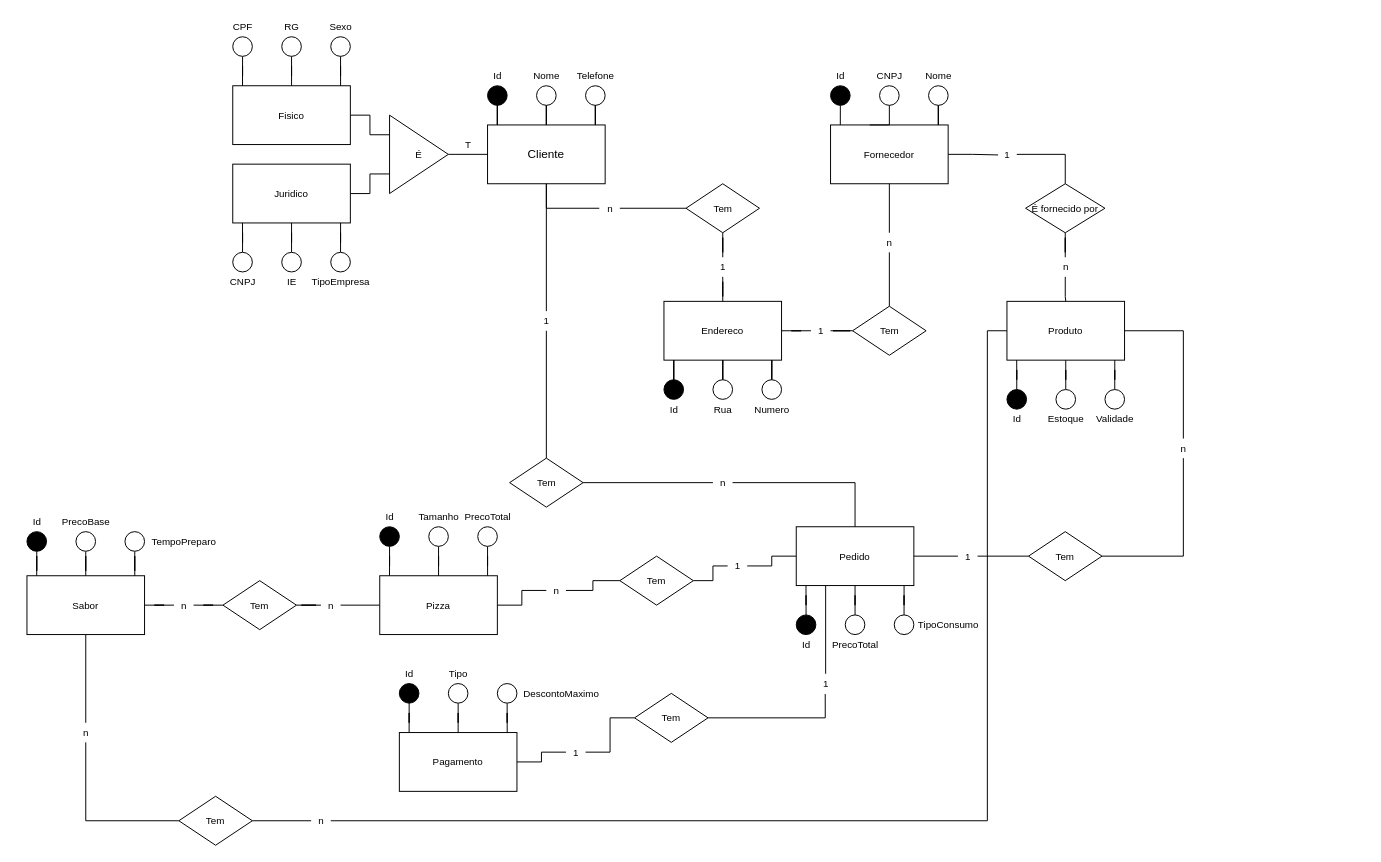
This is BancoDeDadosCertos.drawio from FlavioBernaski/BancoDeDados, a draw.io file, before an edit. Source tidied: cells renumbered, new cells numbered last; positions are measured from the earlier drawing's top-left corner, leaving out a move shared by most shapes. Both pictures are drawn from the tidied source at 98%, with x=0, y=0 at pixel (26, 17).
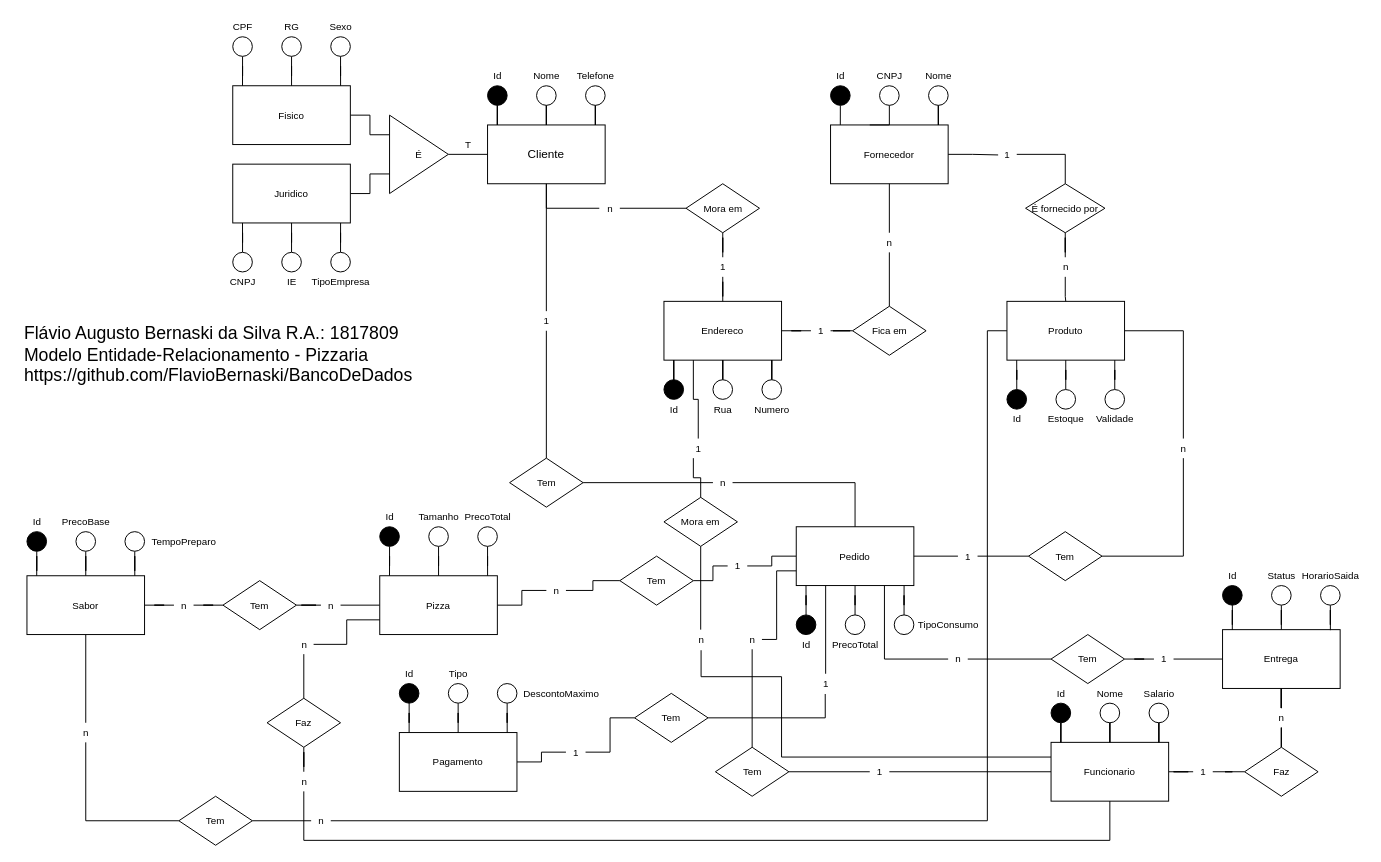
The same page after the edit.

Unchanged cells that the change refers to:
```xml
<mxCell id="16" value="Endereco" style="rounded=0;whiteSpace=wrap;html=1;shadow=0;sketch=0;fontSize=10;" parent="1" vertex="1">
  <mxGeometry x="650" y="290" width="120" height="60" as="geometry" />
</mxCell>
<mxCell id="92" value="Pedido" style="whiteSpace=wrap;html=1;rounded=0;shadow=0;sketch=0;fontSize=10;fillColor=#FFFFFF;" parent="1" vertex="1">
  <mxGeometry x="785" y="520" width="120" height="60" as="geometry" />
</mxCell>
<mxCell id="116" value="Pizza" style="whiteSpace=wrap;html=1;rounded=0;shadow=0;sketch=0;fontSize=10;fillColor=#FFFFFF;" parent="1" vertex="1">
  <mxGeometry x="360" y="570" width="120" height="60" as="geometry" />
</mxCell>
```

What changed in the source:
```diff
@@
-    <mxCell id="26" value="Tem" style="rhombus;whiteSpace=wrap;html=1;rounded=0;shadow=0;sketch=0;fontSize=10;" parent="1" vertex="1">
+    <mxCell id="26" value="Mora em" style="rhombus;whiteSpace=wrap;html=1;rounded=0;shadow=0;sketch=0;fontSize=10;" parent="1" vertex="1">
       <mxGeometry x="672.5" y="170" width="75" height="50" as="geometry" />
     </mxCell>
@@
-    <mxCell id="68" value="Tem" style="rhombus;whiteSpace=wrap;html=1;rounded=0;shadow=0;sketch=0;fontSize=10;" parent="1" vertex="1">
+    <mxCell id="68" value="Fica em" style="rhombus;whiteSpace=wrap;html=1;rounded=0;shadow=0;sketch=0;fontSize=10;" parent="1" vertex="1">
       <mxGeometry x="842.5" y="295" width="75" height="50" as="geometry" />
     </mxCell>
@@
+    <mxCell id="170" style="edgeStyle=orthogonalEdgeStyle;rounded=0;jettySize=auto;html=1;fontSize=10;endArrow=none;endFill=0;" parent="1" edge="1" source="171" target="177">
+      <mxGeometry relative="1" as="geometry" />
+    </mxCell>
+    <mxCell id="171" value="Entrega" style="whiteSpace=wrap;html=1;rounded=0;shadow=0;sketch=0;fontSize=10;fillColor=#FFFFFF;" parent="1" vertex="1">
+      <mxGeometry x="1220" y="625" width="120" height="60" as="geometry" />
+    </mxCell>
+    <mxCell id="172" style="edgeStyle=orthogonalEdgeStyle;rounded=0;jettySize=auto;html=1;fontSize=10;endArrow=none;endFill=0;" parent="1" edge="1" source="174" target="176">
+      <mxGeometry relative="1" as="geometry" />
+    </mxCell>
+    <mxCell id="173" style="edgeStyle=orthogonalEdgeStyle;rounded=0;jettySize=auto;html=1;fontSize=10;endArrow=none;endFill=0;" parent="1" edge="1" source="174" target="177">
+      <mxGeometry relative="1" as="geometry" />
+    </mxCell>
+    <mxCell id="174" value="Tem" style="rhombus;whiteSpace=wrap;html=1;rounded=0;shadow=0;sketch=0;fontSize=10;" parent="1" vertex="1">
+      <mxGeometry x="1045" y="630" width="75" height="50" as="geometry" />
+    </mxCell>
+    <mxCell id="175" style="edgeStyle=orthogonalEdgeStyle;rounded=0;jettySize=auto;html=1;entryX=0.75;entryY=1;entryDx=0;entryDy=0;fontSize=10;endArrow=none;endFill=0;" parent="1" edge="1" source="176" target="92">
+      <mxGeometry relative="1" as="geometry" />
+    </mxCell>
+    <mxCell id="176" value="n" style="text;html=1;align=center;verticalAlign=middle;points=[];strokeColor=none;fillColor=none;fontSize=10;" parent="1" vertex="1">
+      <mxGeometry x="940" y="645" width="20" height="20" as="geometry" />
+    </mxCell>
+    <mxCell id="177" value="1" style="text;html=1;align=center;verticalAlign=middle;points=[];strokeColor=none;fillColor=none;fontSize=10;" parent="1" vertex="1">
+      <mxGeometry x="1150" y="645" width="20" height="20" as="geometry" />
+    </mxCell>
+    <mxCell id="178" style="edgeStyle=orthogonalEdgeStyle;rounded=0;jettySize=auto;html=1;entryX=0.083;entryY=0.006;entryDx=0;entryDy=0;entryPerimeter=0;fontSize=10;endArrow=none;endFill=0;" parent="1" edge="1" source="179" target="171">
+      <mxGeometry relative="1" as="geometry" />
+    </mxCell>
+    <mxCell id="179" style="ellipse;whiteSpace=wrap;html=1;fillColor=#000000;" parent="1" vertex="1">
+      <mxGeometry x="1220" y="580" width="20" height="20" as="geometry" />
+    </mxCell>
+    <mxCell id="180" style="edgeStyle=orthogonalEdgeStyle;rounded=0;jettySize=auto;html=1;entryX=0.5;entryY=0;entryDx=0;entryDy=0;fontSize=10;endArrow=none;endFill=0;" parent="1" edge="1" source="181" target="171">
+      <mxGeometry relative="1" as="geometry" />
+    </mxCell>
+    <mxCell id="181" style="ellipse;whiteSpace=wrap;html=1;" parent="1" vertex="1">
+      <mxGeometry x="1270" y="580" width="20" height="20" as="geometry" />
+    </mxCell>
+    <mxCell id="182" style="edgeStyle=orthogonalEdgeStyle;rounded=0;jettySize=auto;html=1;entryX=0.917;entryY=0.009;entryDx=0;entryDy=0;entryPerimeter=0;fontSize=10;endArrow=none;endFill=0;" parent="1" edge="1" source="183" target="171">
+      <mxGeometry relative="1" as="geometry" />
+    </mxCell>
+    <mxCell id="183" style="ellipse;whiteSpace=wrap;html=1;" parent="1" vertex="1">
+      <mxGeometry x="1320" y="580" width="20" height="20" as="geometry" />
+    </mxCell>
+    <mxCell id="184" value="Id" style="text;html=1;align=center;verticalAlign=middle;strokeColor=none;fillColor=none;fontSize=10;" parent="1" vertex="1">
+      <mxGeometry x="1220" y="560" width="20" height="20" as="geometry" />
+    </mxCell>
+    <mxCell id="185" value="Status" style="text;html=1;align=center;verticalAlign=middle;strokeColor=none;fillColor=none;fontSize=10;" parent="1" vertex="1">
+      <mxGeometry x="1260" y="560" width="40" height="20" as="geometry" />
+    </mxCell>
+    <mxCell id="186" value="HorarioSaida" style="text;html=1;align=center;verticalAlign=middle;strokeColor=none;fillColor=none;fontSize=10;" parent="1" vertex="1">
+      <mxGeometry x="1295" y="560" width="70" height="20" as="geometry" />
+    </mxCell>
+    <mxCell id="187" style="edgeStyle=orthogonalEdgeStyle;rounded=0;jettySize=auto;html=1;fontSize=10;endArrow=none;endFill=0;" parent="1" edge="1" source="190" target="205">
+      <mxGeometry relative="1" as="geometry" />
+    </mxCell>
+    <mxCell id="188" style="edgeStyle=orthogonalEdgeStyle;rounded=0;jettySize=auto;html=1;fontSize=10;endArrow=none;endFill=0;" parent="1" edge="1" source="190" target="207">
+      <mxGeometry relative="1" as="geometry" />
+    </mxCell>
+    <mxCell id="189" style="edgeStyle=orthogonalEdgeStyle;rounded=0;jettySize=auto;html=1;exitX=0;exitY=0.25;exitDx=0;exitDy=0;fontSize=10;endArrow=none;endFill=0;entryX=0.52;entryY=1.05;entryDx=0;entryDy=0;entryPerimeter=0;" parent="1" edge="1" source="190" target="223">
+      <mxGeometry relative="1" as="geometry">
+        <Array as="points">
+          <mxPoint x="770" y="755" />
+          <mxPoint x="770" y="673" />
+          <mxPoint x="688" y="673" />
+        </Array>
+      </mxGeometry>
+    </mxCell>
+    <mxCell id="190" value="Funcionario" style="whiteSpace=wrap;html=1;rounded=0;shadow=0;sketch=0;fontSize=10;fillColor=#FFFFFF;" parent="1" vertex="1">
+      <mxGeometry x="1045" y="740" width="120" height="60" as="geometry" />
+    </mxCell>
+    <mxCell id="191" style="edgeStyle=orthogonalEdgeStyle;rounded=0;jettySize=auto;html=1;fontSize=10;endArrow=none;endFill=0;" parent="1" edge="1" source="192" target="210">
+      <mxGeometry relative="1" as="geometry" />
+    </mxCell>
+    <mxCell id="192" value="Faz" style="rhombus;whiteSpace=wrap;html=1;rounded=0;shadow=0;sketch=0;fontSize=10;" parent="1" vertex="1">
+      <mxGeometry x="1242.5" y="745" width="75" height="50" as="geometry" />
+    </mxCell>
+    <mxCell id="193" style="edgeStyle=orthogonalEdgeStyle;rounded=0;jettySize=auto;html=1;fontSize=10;endArrow=none;endFill=0;" parent="1" edge="1" source="194" target="203">
+      <mxGeometry relative="1" as="geometry" />
+    </mxCell>
+    <mxCell id="194" value="Tem" style="rhombus;whiteSpace=wrap;html=1;rounded=0;shadow=0;sketch=0;fontSize=10;" parent="1" vertex="1">
+      <mxGeometry x="702.5" y="745" width="75" height="50" as="geometry" />
+    </mxCell>
+    <mxCell id="195" style="edgeStyle=orthogonalEdgeStyle;rounded=0;jettySize=auto;html=1;fontSize=10;endArrow=none;endFill=0;" parent="1" edge="1" source="197" target="199">
+      <mxGeometry relative="1" as="geometry" />
+    </mxCell>
+    <mxCell id="196" style="edgeStyle=orthogonalEdgeStyle;rounded=0;jettySize=auto;html=1;fontSize=10;endArrow=none;endFill=0;" parent="1" edge="1" source="197" target="201">
+      <mxGeometry relative="1" as="geometry" />
+    </mxCell>
+    <mxCell id="197" value="Faz" style="rhombus;whiteSpace=wrap;html=1;rounded=0;shadow=0;sketch=0;fontSize=10;" parent="1" vertex="1">
+      <mxGeometry x="245" y="695" width="75" height="50" as="geometry" />
+    </mxCell>
+    <mxCell id="198" style="edgeStyle=orthogonalEdgeStyle;rounded=0;jettySize=auto;html=1;fontSize=10;endArrow=none;endFill=0;entryX=0.5;entryY=1;entryDx=0;entryDy=0;" parent="1" edge="1" source="199" target="190">
+      <mxGeometry relative="1" as="geometry">
+        <Array as="points">
+          <mxPoint x="283" y="840" />
+          <mxPoint x="1105" y="840" />
+        </Array>
+      </mxGeometry>
+    </mxCell>
+    <mxCell id="199" value="n" style="text;html=1;align=center;verticalAlign=middle;points=[];strokeColor=none;fillColor=none;fontSize=10;" parent="1" vertex="1">
+      <mxGeometry x="272.5" y="770" width="20" height="20" as="geometry" />
+    </mxCell>
+    <mxCell id="200" style="edgeStyle=orthogonalEdgeStyle;rounded=0;jettySize=auto;html=1;entryX=0;entryY=0.75;entryDx=0;entryDy=0;fontSize=10;endArrow=none;endFill=0;" parent="1" edge="1" source="201" target="116">
+      <mxGeometry relative="1" as="geometry" />
+    </mxCell>
+    <mxCell id="201" value="n" style="text;html=1;align=center;verticalAlign=middle;points=[];strokeColor=none;fillColor=none;fontSize=10;" parent="1" vertex="1">
+      <mxGeometry x="272.5" y="630" width="20" height="20" as="geometry" />
+    </mxCell>
+    <mxCell id="202" style="edgeStyle=orthogonalEdgeStyle;rounded=0;jettySize=auto;html=1;entryX=0;entryY=0.75;entryDx=0;entryDy=0;fontSize=10;endArrow=none;endFill=0;" parent="1" edge="1" source="203" target="92">
+      <mxGeometry relative="1" as="geometry">
+        <Array as="points">
+          <mxPoint x="765" y="635" />
+          <mxPoint x="765" y="565" />
+        </Array>
+      </mxGeometry>
+    </mxCell>
+    <mxCell id="203" value="n" style="text;html=1;align=center;verticalAlign=middle;points=[];strokeColor=none;fillColor=none;fontSize=10;" parent="1" vertex="1">
+      <mxGeometry x="730" y="625" width="20" height="20" as="geometry" />
+    </mxCell>
+    <mxCell id="204" style="edgeStyle=orthogonalEdgeStyle;rounded=0;jettySize=auto;html=1;fontSize=10;endArrow=none;endFill=0;" parent="1" edge="1" source="205" target="194">
+      <mxGeometry relative="1" as="geometry" />
+    </mxCell>
+    <mxCell id="205" value="1" style="text;html=1;align=center;verticalAlign=middle;points=[];strokeColor=none;fillColor=none;fontSize=10;" parent="1" vertex="1">
+      <mxGeometry x="860" y="760" width="20" height="20" as="geometry" />
+    </mxCell>
+    <mxCell id="206" style="edgeStyle=orthogonalEdgeStyle;rounded=0;jettySize=auto;html=1;fontSize=10;endArrow=none;endFill=0;" parent="1" edge="1" source="207" target="192">
+      <mxGeometry relative="1" as="geometry" />
+    </mxCell>
+    <mxCell id="207" value="1" style="text;html=1;align=center;verticalAlign=middle;points=[];strokeColor=none;fillColor=none;fontSize=10;" parent="1" vertex="1">
+      <mxGeometry x="1190" y="760" width="20" height="20" as="geometry" />
+    </mxCell>
+    <mxCell id="208" style="edgeStyle=orthogonalEdgeStyle;rounded=0;jettySize=auto;html=1;fontSize=10;endArrow=none;endFill=0;" parent="1" edge="1" source="210" target="171">
+      <mxGeometry relative="1" as="geometry" />
+    </mxCell>
+    <mxCell id="209" style="edgeStyle=orthogonalEdgeStyle;rounded=0;jettySize=auto;html=1;fontSize=10;endArrow=none;endFill=0;" parent="1" edge="1" source="210" target="171">
+      <mxGeometry relative="1" as="geometry" />
+    </mxCell>
+    <mxCell id="210" value="n" style="text;html=1;align=center;verticalAlign=middle;points=[];strokeColor=none;fillColor=none;fontSize=10;" parent="1" vertex="1">
+      <mxGeometry x="1270" y="705" width="20" height="20" as="geometry" />
+    </mxCell>
+    <mxCell id="211" style="edgeStyle=orthogonalEdgeStyle;rounded=0;jettySize=auto;html=1;entryX=0.083;entryY=0;entryDx=0;entryDy=0;entryPerimeter=0;fontSize=10;endArrow=none;endFill=0;" parent="1" edge="1" source="212" target="190">
+      <mxGeometry relative="1" as="geometry" />
+    </mxCell>
+    <mxCell id="212" style="ellipse;whiteSpace=wrap;html=1;fillColor=#000000;" parent="1" vertex="1">
+      <mxGeometry x="1045" y="700" width="20" height="20" as="geometry" />
+    </mxCell>
+    <mxCell id="213" style="edgeStyle=orthogonalEdgeStyle;rounded=0;jettySize=auto;html=1;entryX=0.5;entryY=0;entryDx=0;entryDy=0;fontSize=10;endArrow=none;endFill=0;" parent="1" edge="1" source="214" target="190">
+      <mxGeometry relative="1" as="geometry" />
+    </mxCell>
+    <mxCell id="214" style="ellipse;whiteSpace=wrap;html=1;" parent="1" vertex="1">
+      <mxGeometry x="1095" y="700" width="20" height="20" as="geometry" />
+    </mxCell>
+    <mxCell id="215" style="edgeStyle=orthogonalEdgeStyle;rounded=0;jettySize=auto;html=1;entryX=0.917;entryY=0;entryDx=0;entryDy=0;entryPerimeter=0;fontSize=10;endArrow=none;endFill=0;" parent="1" edge="1" source="216" target="190">
+      <mxGeometry relative="1" as="geometry" />
+    </mxCell>
+    <mxCell id="216" style="ellipse;whiteSpace=wrap;html=1;" parent="1" vertex="1">
+      <mxGeometry x="1145" y="700" width="20" height="20" as="geometry" />
+    </mxCell>
+    <mxCell id="217" value="Id" style="text;html=1;align=center;verticalAlign=middle;strokeColor=none;fillColor=none;fontSize=10;" parent="1" vertex="1">
+      <mxGeometry x="1045" y="680" width="20" height="20" as="geometry" />
+    </mxCell>
+    <mxCell id="218" value="Nome" style="text;html=1;align=center;verticalAlign=middle;strokeColor=none;fillColor=none;fontSize=10;" parent="1" vertex="1">
+      <mxGeometry x="1085" y="680" width="40" height="20" as="geometry" />
+    </mxCell>
+    <mxCell id="219" value="Salario" style="text;html=1;align=center;verticalAlign=middle;strokeColor=none;fillColor=none;fontSize=10;" parent="1" vertex="1">
+      <mxGeometry x="1130" y="680" width="50" height="20" as="geometry" />
+    </mxCell>
+    <mxCell id="220" style="edgeStyle=orthogonalEdgeStyle;rounded=0;jettySize=auto;html=1;entryX=0.25;entryY=1;entryDx=0;entryDy=0;fontSize=10;endArrow=none;endFill=0;startArrow=none;" parent="1" edge="1" source="224" target="16">
+      <mxGeometry relative="1" as="geometry" />
+    </mxCell>
+    <mxCell id="221" value="Mora em" style="rhombus;whiteSpace=wrap;html=1;rounded=0;shadow=0;sketch=0;fontSize=10;" parent="1" vertex="1">
+      <mxGeometry x="650" y="490" width="75" height="50" as="geometry" />
+    </mxCell>
+    <mxCell id="222" style="edgeStyle=orthogonalEdgeStyle;rounded=0;jettySize=auto;html=1;fontSize=10;endArrow=none;endFill=0;" parent="1" edge="1" source="223" target="221">
+      <mxGeometry relative="1" as="geometry" />
+    </mxCell>
+    <mxCell id="223" value="n" style="text;html=1;align=center;verticalAlign=middle;points=[];strokeColor=none;fillColor=none;fontSize=10;" parent="1" vertex="1">
+      <mxGeometry x="677.5" y="625" width="20" height="20" as="geometry" />
+    </mxCell>
+    <mxCell id="224" value="1" style="text;html=1;align=center;verticalAlign=middle;points=[];strokeColor=none;fillColor=none;fontSize=10;" parent="1" vertex="1">
+      <mxGeometry x="675" y="430" width="20" height="20" as="geometry" />
+    </mxCell>
+    <mxCell id="225" style="edgeStyle=orthogonalEdgeStyle;rounded=0;jettySize=auto;html=1;entryX=0.25;entryY=1;entryDx=0;entryDy=0;fontSize=10;endArrow=none;endFill=0;" parent="1" edge="1" source="221" target="224">
+      <mxGeometry relative="1" as="geometry" />
+    </mxCell>
+    <mxCell id="226" value="&lt;div style=&quot;text-align: left&quot;&gt;&lt;span&gt;Flávio Augusto Bernaski da Silva R.A.: 1817809&lt;/span&gt;&lt;/div&gt;&lt;div style=&quot;text-align: left&quot;&gt;&lt;span&gt;Modelo Entidade-Relacionamento - Pizzaria&lt;/span&gt;&lt;/div&gt;&lt;div style=&quot;text-align: left&quot;&gt;&lt;span&gt;https://github.com/FlavioBernaski/BancoDeDados&lt;/span&gt;&lt;/div&gt;" style="text;html=1;align=center;verticalAlign=middle;strokeColor=none;fillColor=none;fontSize=18;" parent="1" vertex="1">
+      <mxGeometry x="-10" y="310" width="410" height="70" as="geometry" />
+    </mxCell>
```
